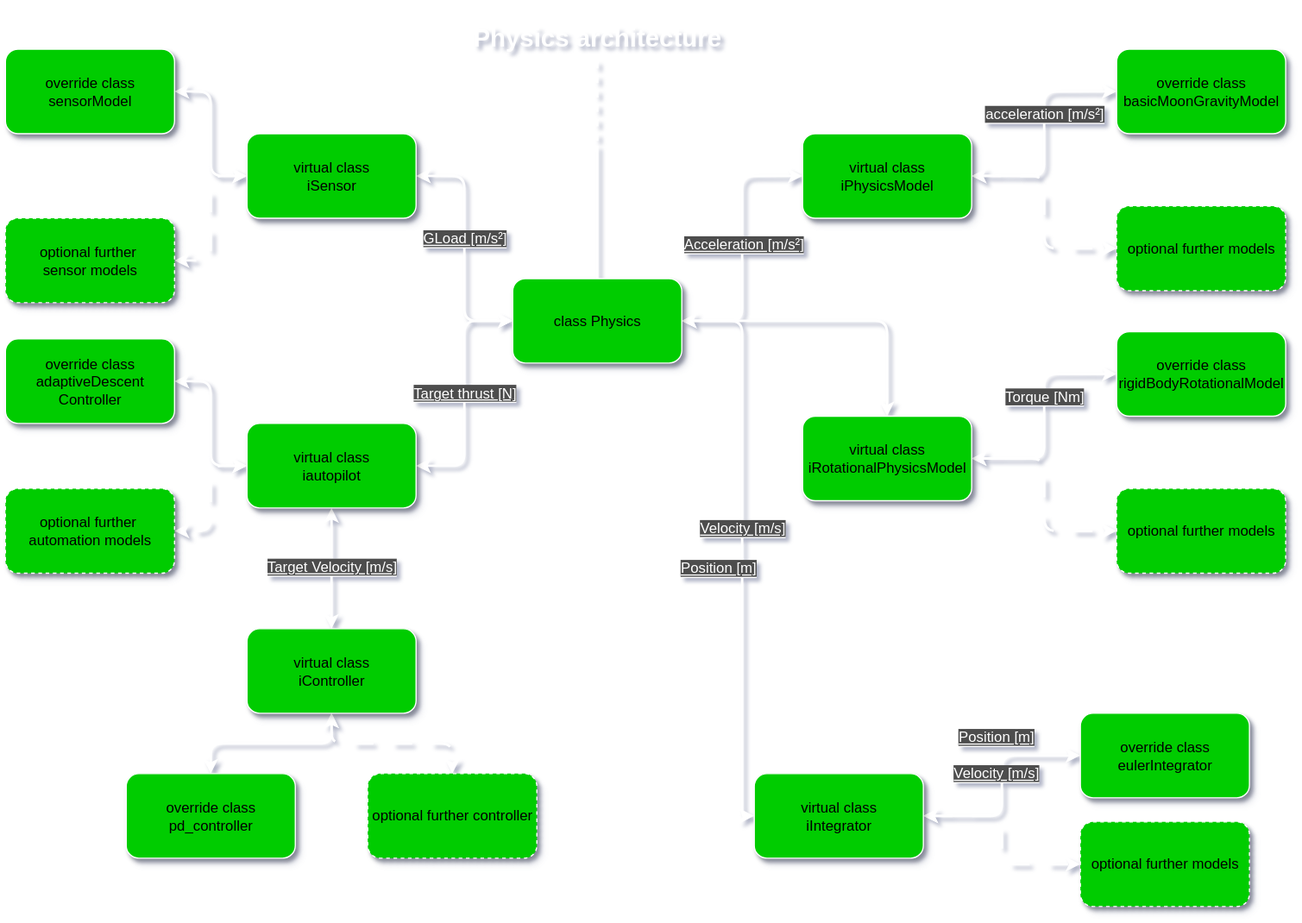
The draw.io diagram img/architecture/physicsStructure.drawio.svg in gerd-lrt-dev/aerospace-simulation, before a commit. Source tidied: cells renumbered, new cells last; positions are measured from the earlier drawing's top-left corner, leaving out a move shared by most shapes.
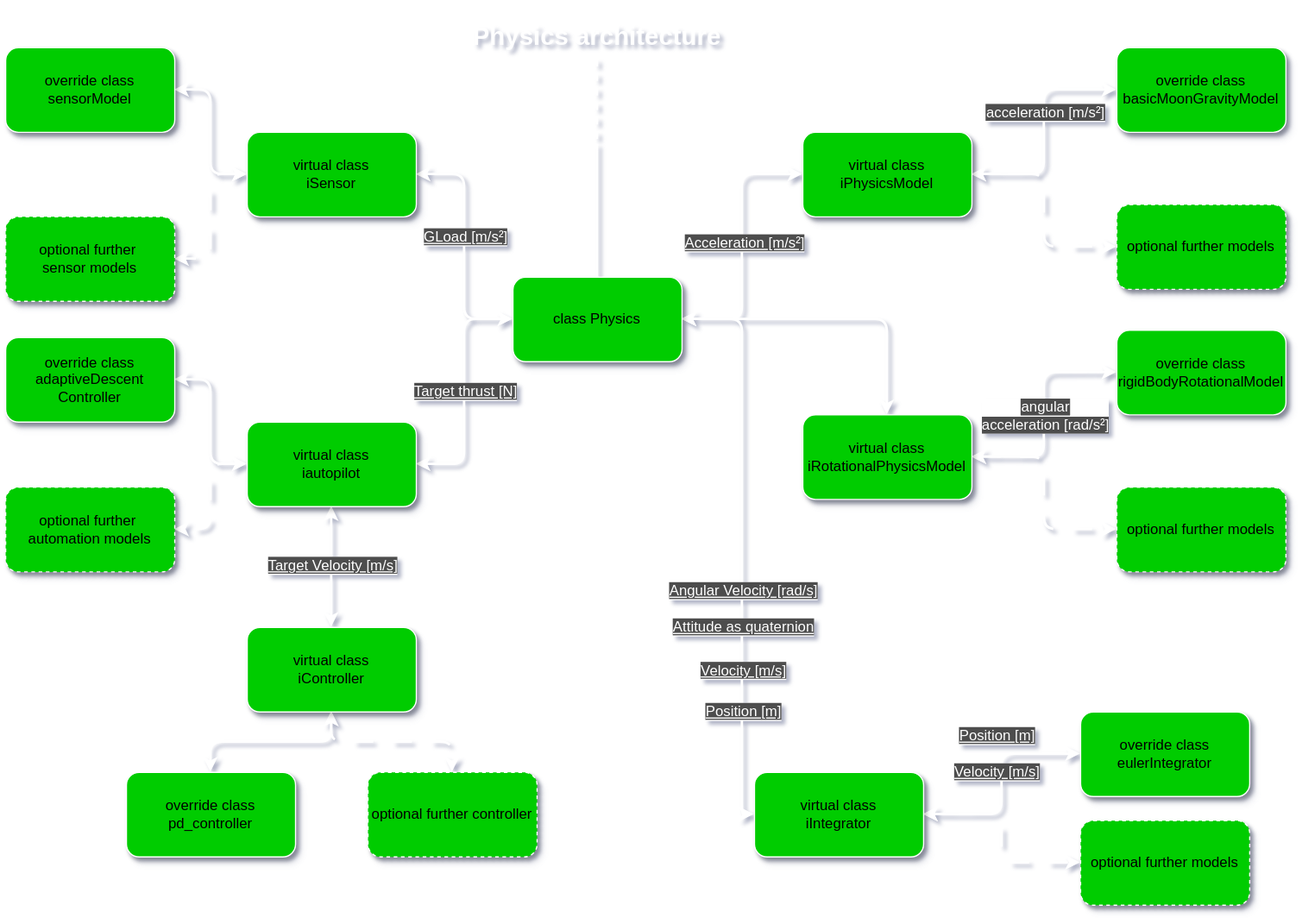
Above is the later version.

Change to the diagram source:
```diff
@@ -24,7 +24,7 @@
     </mxCell>
     <mxCell id="7" value="&lt;font style=&quot;color: rgb(255, 255, 255); background-color: rgb(77, 77, 77);&quot;&gt;&lt;u&gt;Velocity [m/s]&lt;/u&gt;&lt;/font&gt;" style="edgeLabel;html=1;align=center;verticalAlign=middle;fontSize=12;" parent="6" vertex="1">
       <mxGeometry x="0.01" relative="1" as="geometry">
-        <mxPoint y="-16" as="offset" />
+        <mxPoint y="103" as="offset" />
       </mxGeometry>
     </mxCell>
     <mxCell id="8" style="edgeStyle=orthogonalEdgeStyle;rounded=1;jettySize=auto;html=1;exitX=0;exitY=0.5;exitDx=0;exitDy=0;entryX=1;entryY=0.5;entryDx=0;entryDy=0;curved=0;strokeColor=#FFFFFF;startArrow=classic;startFill=1;strokeWidth=2;" parent="1" edge="1" source="11" target="39">
@@ -140,7 +140,7 @@
       <mxGeometry x="360" width="260" height="60" as="geometry" />
     </mxCell>
     <mxCell id="43" value="&lt;font style=&quot;color: rgb(255, 255, 255); background-color: rgb(77, 77, 77);&quot;&gt;&lt;u&gt;Position [m]&lt;/u&gt;&lt;/font&gt;" style="edgeLabel;html=1;align=center;verticalAlign=middle;fontSize=12;" parent="1" vertex="1">
-      <mxGeometry x="590" y="470" as="geometry" />
+      <mxGeometry x="610" y="590" as="geometry" />
     </mxCell>
     <mxCell id="44" value="&lt;font style=&quot;color: rgb(255, 255, 255); background-color: rgb(77, 77, 77);&quot;&gt;&lt;u&gt;Velocity [m/s]&lt;/u&gt;&lt;/font&gt;" style="edgeLabel;html=1;align=center;verticalAlign=middle;fontSize=12;" parent="1" vertex="1">
       <mxGeometry x="820" y="640" as="geometry" />
@@ -151,9 +151,9 @@
     <mxCell id="46" style="edgeStyle=orthogonalEdgeStyle;rounded=1;jettySize=auto;html=1;exitX=1;exitY=0.5;exitDx=0;exitDy=0;entryX=0;entryY=0.5;entryDx=0;entryDy=0;strokeColor=#FFFFFF;curved=0;startArrow=classic;startFill=1;strokeWidth=2;" parent="1" edge="1" source="49" target="50">
       <mxGeometry relative="1" as="geometry" />
     </mxCell>
-    <mxCell id="47" value="&lt;font style=&quot;color: rgb(255, 255, 255); background-color: rgb(77, 77, 77);&quot;&gt;Torque [Nm]&lt;/font&gt;" style="edgeLabel;html=1;align=center;verticalAlign=middle;fontSize=12;" parent="46" vertex="1">
+    <mxCell id="47" value="&lt;font color=&quot;#ffffff&quot;&gt;&lt;span style=&quot;background-color: rgb(77, 77, 77);&quot;&gt;angular&lt;/span&gt;&lt;/font&gt;&lt;div&gt;&lt;font color=&quot;#ffffff&quot;&gt;&lt;span style=&quot;background-color: rgb(77, 77, 77);&quot;&gt;acceleration [rad/s²]&lt;/span&gt;&lt;/font&gt;&lt;/div&gt;" style="edgeLabel;html=1;align=center;verticalAlign=middle;fontSize=12;" parent="46" vertex="1">
       <mxGeometry x="-0.17" y="-2" relative="1" as="geometry">
-        <mxPoint x="-2" y="-33" as="offset" />
+        <mxPoint x="-2" y="-16" as="offset" />
       </mxGeometry>
     </mxCell>
     <mxCell id="48" style="edgeStyle=orthogonalEdgeStyle;rounded=1;jettySize=auto;html=1;exitX=1;exitY=0.5;exitDx=0;exitDy=0;entryX=0;entryY=0.5;entryDx=0;entryDy=0;strokeColor=#FFFFFF;curved=0;startArrow=classic;startFill=1;dashed=1;dashPattern=8 8;strokeWidth=2;" parent="1" edge="1" source="49" target="51">
@@ -168,5 +168,11 @@
     <mxCell id="51" value="optional further models" style="rounded=1;whiteSpace=wrap;html=1;strokeColor=#FFFFFF;fillColor=#00CC00;shadow=1;dashed=1;" parent="1" vertex="1">
       <mxGeometry x="920" y="404" width="140" height="70" as="geometry" />
     </mxCell>
+    <mxCell id="52" value="&lt;font style=&quot;color: rgb(255, 255, 255); background-color: rgb(77, 77, 77);&quot;&gt;&lt;u&gt;Angular Velocity [rad/s]&lt;/u&gt;&lt;/font&gt;" style="edgeLabel;html=1;align=center;verticalAlign=middle;fontSize=12;" parent="1" vertex="1">
+      <mxGeometry x="610" y="490" as="geometry" />
+    </mxCell>
+    <mxCell id="53" value="&lt;font style=&quot;color: rgb(255, 255, 255); background-color: rgb(77, 77, 77);&quot;&gt;&lt;u&gt;Attitude as quaternion&lt;/u&gt;&lt;/font&gt;" style="edgeLabel;html=1;align=center;verticalAlign=middle;fontSize=12;" parent="1" vertex="1">
+      <mxGeometry x="610" y="520" as="geometry" />
+    </mxCell>
   </root>
 </mxGraphModel>
```
